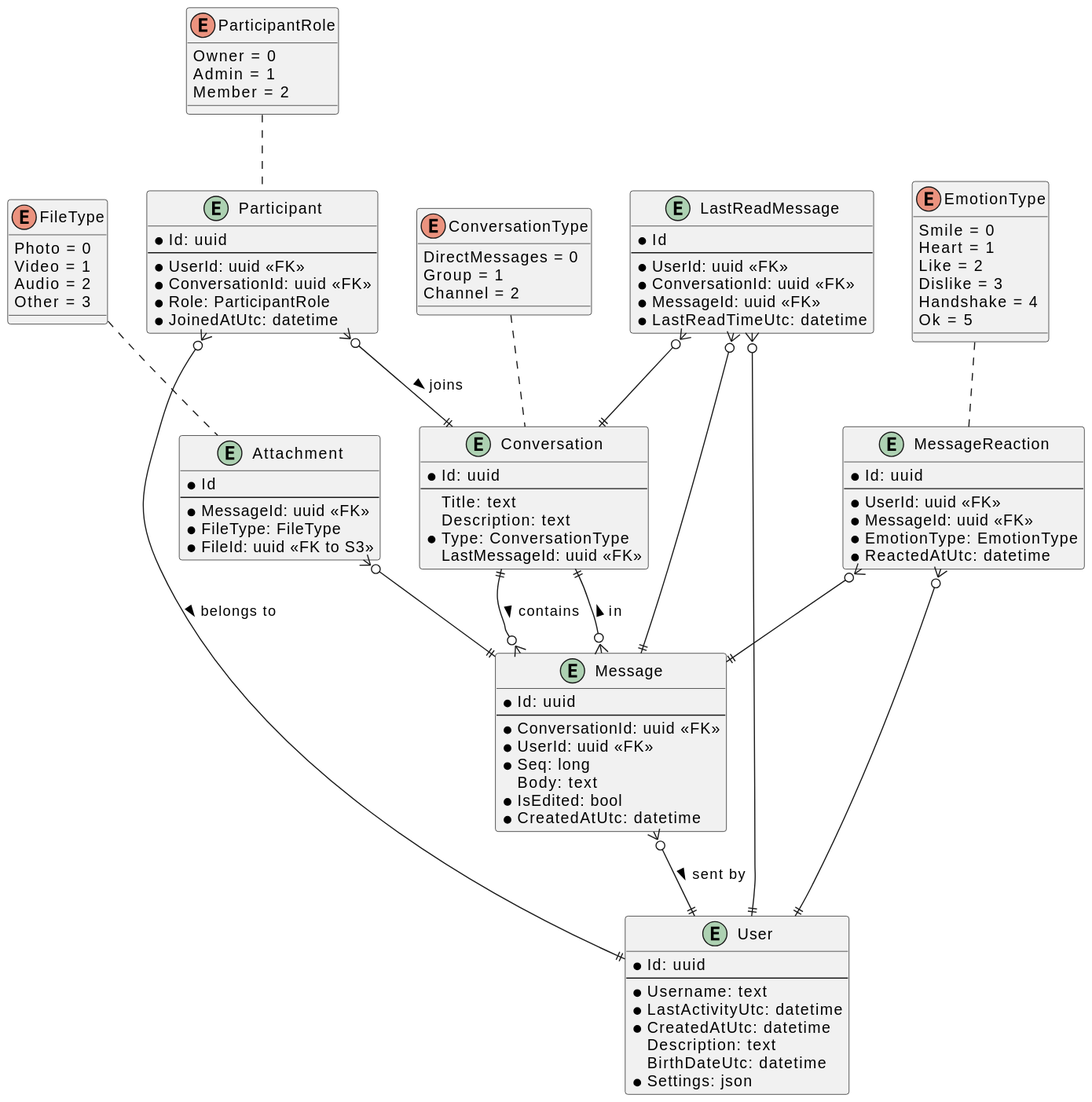
Above: Docs/PetChat.DatabaseDesign/DbDesing.svg in dkovban/pet-chat (PlantUML), before the change.
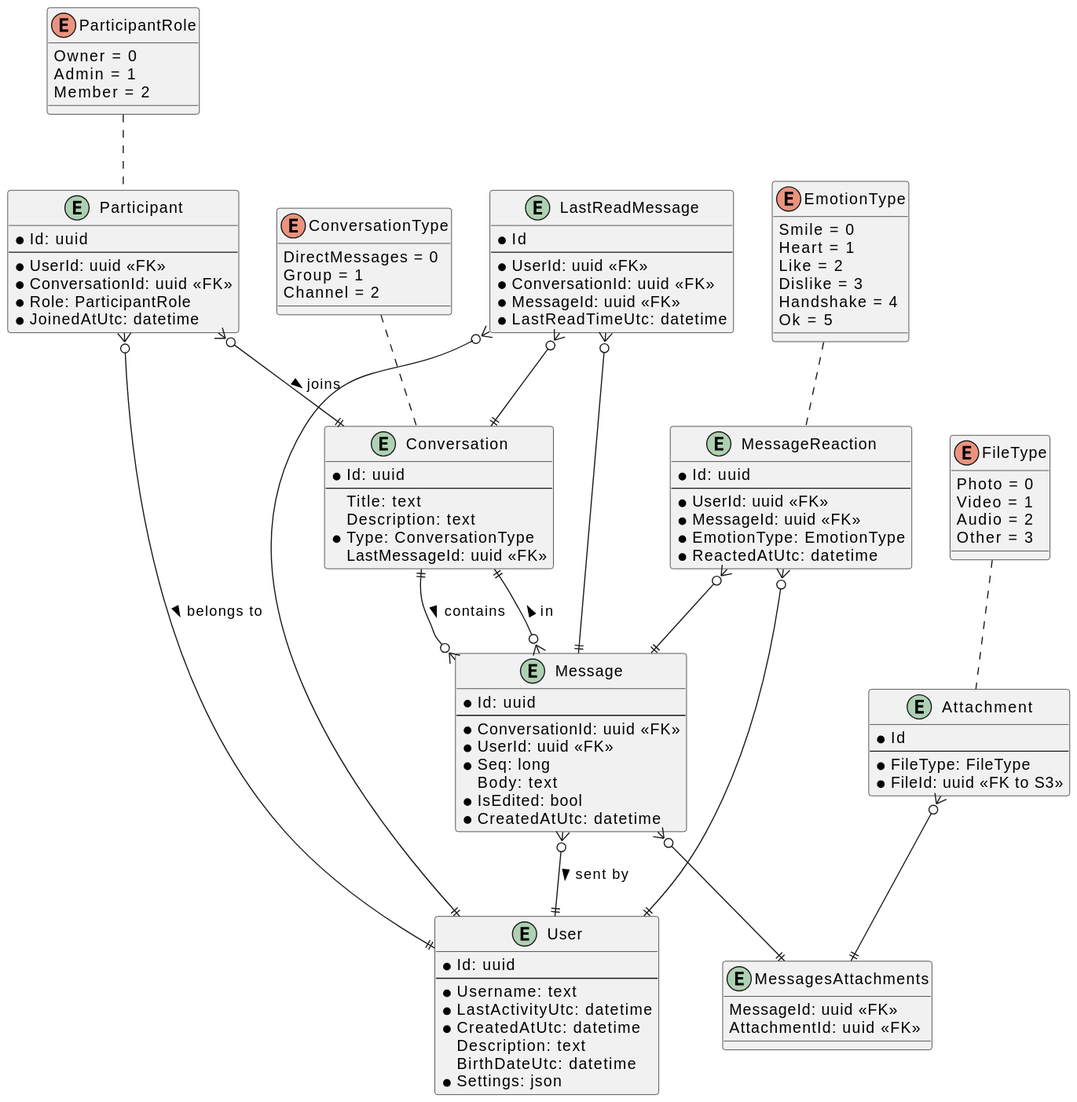
The same diagram one commit later.

Diff of the diagram source:
```diff
@@ -67,6 +67,12 @@
     * CreatedAtUtc: datetime                    /' Время создания сообщения '/
 }
 
+entity MessagesAttachments
+{
+    MessageId: uuid <<FK>>                      /' Id сообщения '/
+    AttachmentId: uuid <<FK>>                   /' Id вложения '/
+}
+
 entity LastReadMessage {
     * Id                                        /' Id записи '/
     --
@@ -88,7 +94,6 @@
 entity Attachment {
     * Id                                        /' Id приложения '/
     --
-    * MessageId: uuid <<FK>>                    /' Id сообщения '/
     * FileType: FileType                        /' Тип файла '/
     * FileId: uuid <<FK to S3>>                 /' Id файла в S3 '/
 }
@@ -113,5 +118,6 @@
 MessageReaction }o--|| User
 MessageReaction }o--|| Message
 
-Attachment }o--|| Message
+Attachment }o--|| MessagesAttachments
+Message }o--|| MessagesAttachments
 @enduml
```
